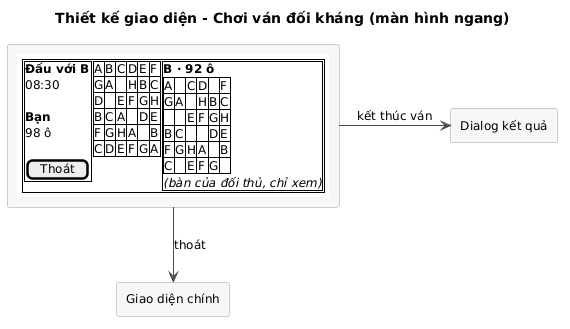
This is docs/uml/pha3/ui-m4-2.png from VattenL/mobile-pikachu, a PlantUML export, as it was before one commit.
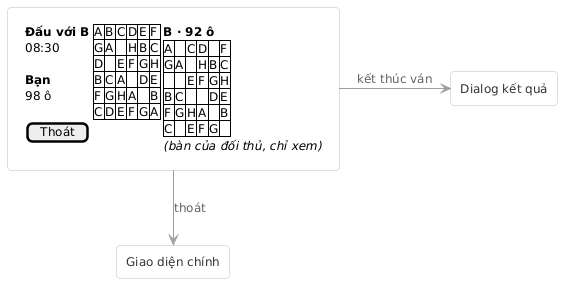
The same file after the commit.

The edit, as a diff of the source:
```diff
@@ -1,18 +1,19 @@
 @startuml
-title Thiết kế giao diện - Chơi ván đối kháng (màn hình ngang)
-
 skinparam shadowing false
 skinparam defaultFontSize 12
-skinparam ArrowColor #4A4A4A
+skinparam defaultFontColor #333333
+skinparam ArrowColor #9E9E9E
+skinparam ArrowFontColor #616161
 skinparam rectangle {
-  BackgroundColor #F7F7F7
-  BorderColor #9E9E9E
+  BackgroundColor #FFFFFF
+  BorderColor #BDBDBD
+  RoundCorner 8
 }
 
 rectangle Match [
 {{salt
-{+
-  { {+
+{
+  { {
       <b>Đấu với B
       08:30
       .
@@ -27,7 +28,7 @@
       B | C | A | . | D | E
       F | G | H | A | . | B
       C | D | E | F | G | A
-    } | {+
+    } | {
       <b>B · 92 ô
       {#
         A | . | C | D | . | F
```
